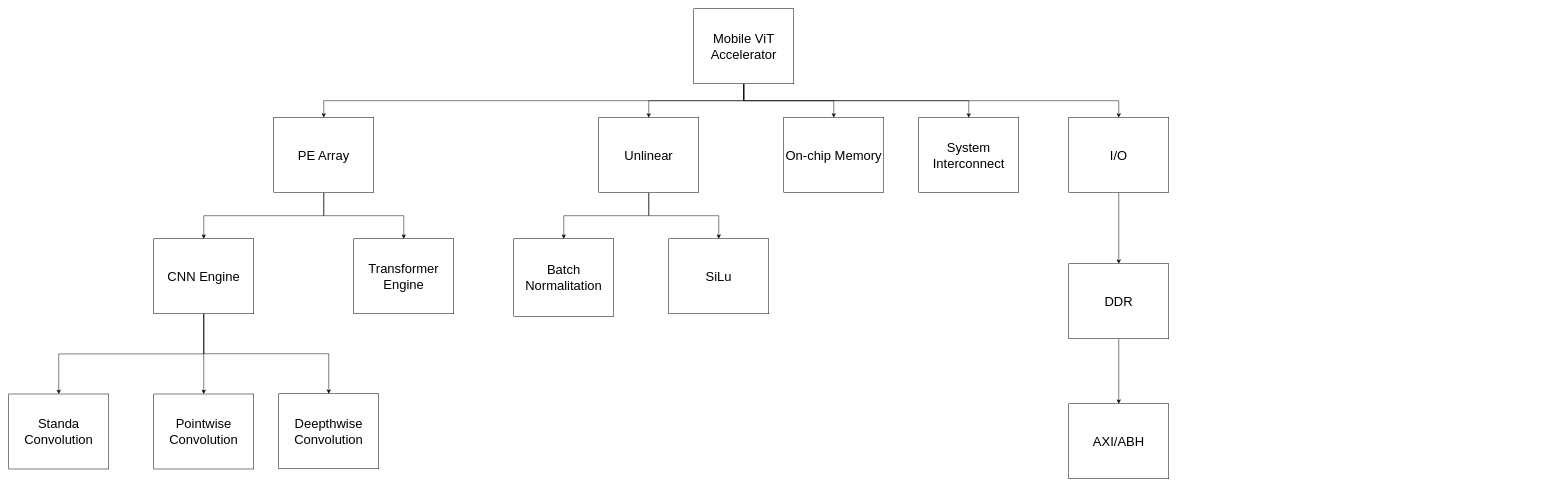
Above: mobile_vit_top_down.drawio in jihuien/ML100Days (draw.io), before the change. Source tidied: cells renumbered, new cells numbered last; positions are measured from the earlier drawing's top-left corner, leaving out a move shared by most shapes. Both pictures are drawn from the tidied source at 50%, with x=0, y=0 at pixel (8, 8).
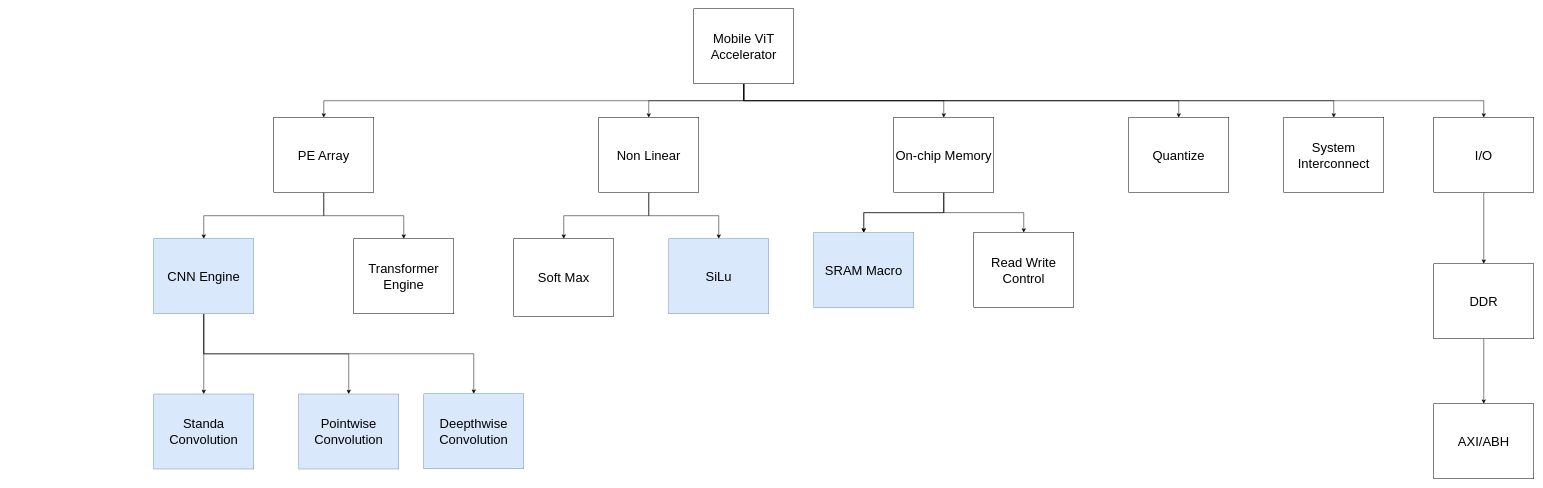
The same page after the edit.

Unchanged cells that the change refers to:
```xml
<mxCell id="7" value="Mobile ViT  Accelerator" style="rounded=0;whiteSpace=wrap;html=1;fontSize=26;" parent="1" vertex="1">
  <mxGeometry x="1370" width="200" height="150" as="geometry" />
</mxCell>
```

What changed in the source:
```diff
@@
+    <mxCell id="31" style="edgeStyle=orthogonalEdgeStyle;rounded=0;jettySize=auto;html=1;exitX=0.5;exitY=1;exitDx=0;exitDy=0;" parent="1" edge="1" source="7" target="37">
+      <mxGeometry relative="1" as="geometry" />
+    </mxCell>
@@
+    <mxCell id="32" style="edgeStyle=orthogonalEdgeStyle;rounded=0;jettySize=auto;html=1;" parent="1" edge="1" source="11" target="35">
+      <mxGeometry relative="1" as="geometry" />
+    </mxCell>
+    <mxCell id="33" style="edgeStyle=orthogonalEdgeStyle;rounded=0;jettySize=auto;html=1;" parent="1" edge="1" source="11" target="35">
+      <mxGeometry relative="1" as="geometry" />
+    </mxCell>
+    <mxCell id="34" style="edgeStyle=orthogonalEdgeStyle;rounded=0;jettySize=auto;html=1;" parent="1" edge="1" source="11" target="36">
+      <mxGeometry relative="1" as="geometry" />
+    </mxCell>
     <mxCell id="11" value="On-chip Memory" style="rounded=0;whiteSpace=wrap;html=1;fontSize=26;" parent="1" vertex="1">
-      <mxGeometry x="1550" y="217.8" width="200" height="150" as="geometry" />
+      <mxGeometry x="1770" y="217.8" width="200" height="150" as="geometry" />
     </mxCell>
     <mxCell id="12" value="System Interconnect" style="rounded=0;whiteSpace=wrap;html=1;fontSize=26;" parent="1" vertex="1">
-      <mxGeometry x="1820" y="217.8" width="200" height="150" as="geometry" />
+      <mxGeometry x="2550" y="217.8" width="200" height="150" as="geometry" />
     </mxCell>
@@
     <mxCell id="14" value="I/O" style="rounded=0;whiteSpace=wrap;html=1;fontSize=26;" parent="1" vertex="1">
-      <mxGeometry x="2120" y="217.8" width="200" height="150" as="geometry" />
+      <mxGeometry x="2850" y="217.8" width="200" height="150" as="geometry" />
     </mxCell>
@@
     <mxCell id="16" value="DDR" style="rounded=0;whiteSpace=wrap;html=1;fontSize=26;" parent="1" vertex="1">
-      <mxGeometry x="2120" y="510" width="200" height="150" as="geometry" />
+      <mxGeometry x="2850" y="510" width="200" height="150" as="geometry" />
     </mxCell>
@@
-    <mxCell id="20" value="CNN Engine" style="rounded=0;whiteSpace=wrap;html=1;fontSize=26;" parent="1" vertex="1">
+    <mxCell id="20" value="CNN Engine" style="rounded=0;whiteSpace=wrap;html=1;fontSize=26;fillColor=#dae8fc;strokeColor=#6c8ebf;" parent="1" vertex="1">
       <mxGeometry x="290" y="460" width="200" height="150" as="geometry" />
     </mxCell>
@@
-    <mxCell id="22" value="Standa Convolution" style="rounded=0;whiteSpace=wrap;html=1;fontSize=26;" parent="1" vertex="1">
-      <mxGeometry y="770.5" width="200" height="150" as="geometry" />
+    <mxCell id="22" value="Standa Convolution" style="rounded=0;whiteSpace=wrap;html=1;fontSize=26;fillColor=#dae8fc;strokeColor=#6c8ebf;" parent="1" vertex="1">
+      <mxGeometry x="290" y="770.5" width="200" height="150" as="geometry" />
     </mxCell>
-    <mxCell id="23" value="Pointwise Convolution" style="rounded=0;whiteSpace=wrap;html=1;fontSize=26;" parent="1" vertex="1">
-      <mxGeometry x="290" y="770.5" width="200" height="150" as="geometry" />
+    <mxCell id="23" value="Pointwise Convolution" style="rounded=0;whiteSpace=wrap;html=1;fontSize=26;fillColor=#dae8fc;strokeColor=#6c8ebf;" parent="1" vertex="1">
+      <mxGeometry x="580" y="770.5" width="200" height="150" as="geometry" />
     </mxCell>
-    <mxCell id="24" value="Deepthwise Convolution" style="rounded=0;whiteSpace=wrap;html=1;fontSize=26;" parent="1" vertex="1">
-      <mxGeometry x="540" y="770" width="200" height="150" as="geometry" />
+    <mxCell id="24" value="Deepthwise Convolution" style="rounded=0;whiteSpace=wrap;html=1;fontSize=26;fillColor=#dae8fc;strokeColor=#6c8ebf;" parent="1" vertex="1">
+      <mxGeometry x="830" y="770" width="200" height="150" as="geometry" />
     </mxCell>
     <mxCell id="25" value="AXI/ABH" style="rounded=0;whiteSpace=wrap;html=1;fontSize=26;" parent="1" vertex="1">
-      <mxGeometry x="2120" y="790" width="200" height="150" as="geometry" />
+      <mxGeometry x="2850" y="790" width="200" height="150" as="geometry" />
     </mxCell>
@@
-    <mxCell id="28" value="Unlinear" style="rounded=0;whiteSpace=wrap;html=1;fontSize=26;" parent="1" vertex="1">
+    <mxCell id="28" value="Non Linear" style="rounded=0;whiteSpace=wrap;html=1;fontSize=26;" parent="1" vertex="1">
       <mxGeometry x="1180" y="217.8" width="200" height="150" as="geometry" />
     </mxCell>
-    <mxCell id="29" value="Batch Normalitation" style="rounded=0;whiteSpace=wrap;html=1;fontSize=26;" parent="1" vertex="1">
+    <mxCell id="29" value="Soft Max" style="rounded=0;whiteSpace=wrap;html=1;fontSize=26;" parent="1" vertex="1">
       <mxGeometry x="1010" y="460" width="200" height="155" as="geometry" />
     </mxCell>
-    <mxCell id="30" value="SiLu" style="rounded=0;whiteSpace=wrap;html=1;fontSize=26;" parent="1" vertex="1">
+    <mxCell id="30" value="SiLu" style="rounded=0;whiteSpace=wrap;html=1;fontSize=26;fillColor=#dae8fc;strokeColor=#6c8ebf;" parent="1" vertex="1">
       <mxGeometry x="1320" y="460" width="200" height="150" as="geometry" />
     </mxCell>
+    <mxCell id="35" value="SRAM Macro" style="rounded=0;whiteSpace=wrap;html=1;fontSize=26;fillColor=#dae8fc;strokeColor=#6c8ebf;" parent="1" vertex="1">
+      <mxGeometry x="1610" y="447.8" width="200" height="150" as="geometry" />
+    </mxCell>
+    <mxCell id="36" value="Read Write&lt;br&gt;Control" style="rounded=0;whiteSpace=wrap;html=1;fontSize=26;" parent="1" vertex="1">
+      <mxGeometry x="1930" y="447.8" width="200" height="150" as="geometry" />
+    </mxCell>
+    <mxCell id="37" value="Quantize" style="rounded=0;whiteSpace=wrap;html=1;fontSize=26;" parent="1" vertex="1">
+      <mxGeometry x="2240" y="217.8" width="200" height="150" as="geometry" />
+    </mxCell>
```
